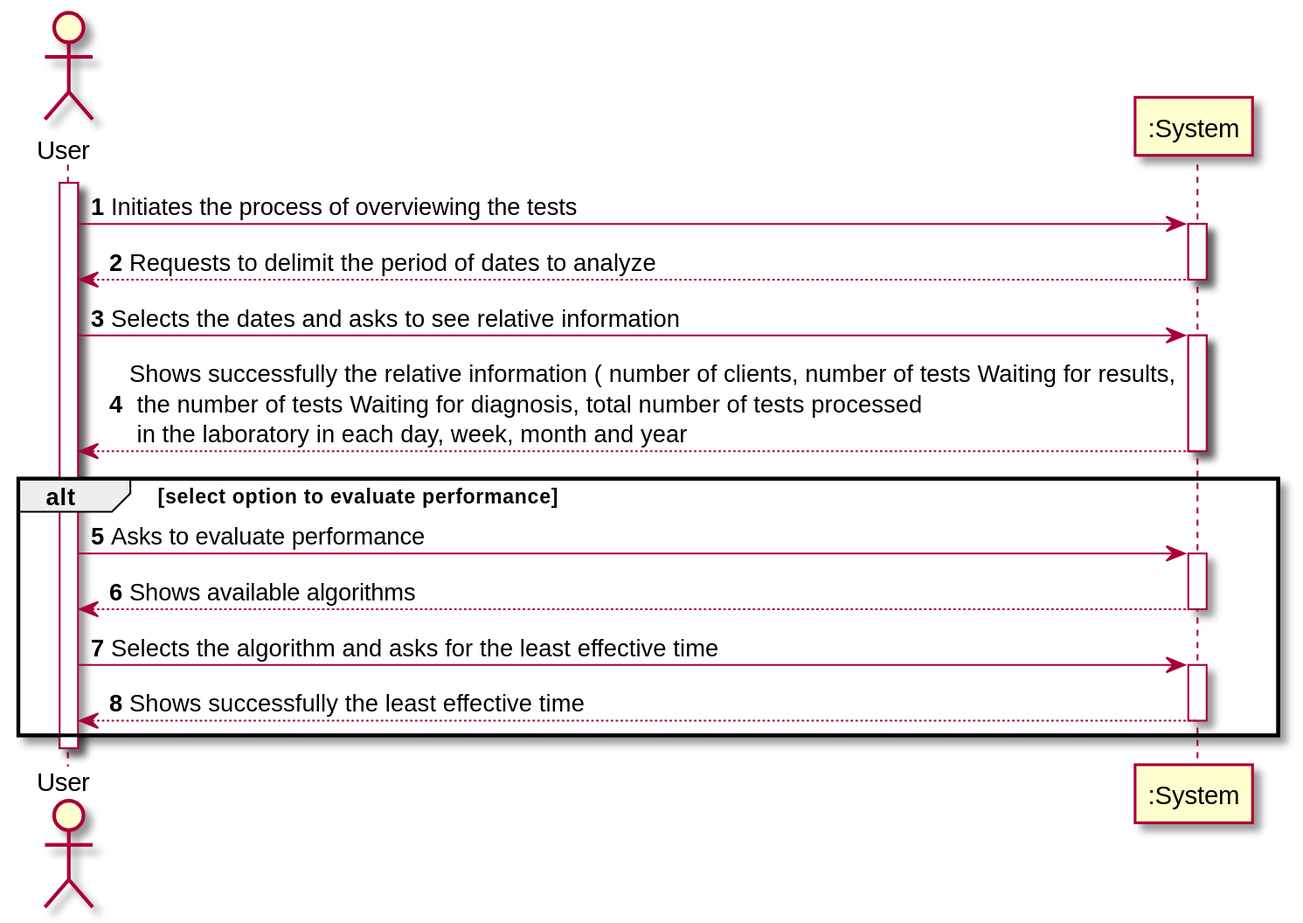
The PlantUML diagram docs/SprintD/US16/US16_SSD.svg in manu-07-ela/LAPR2_ISEP, before a commit.
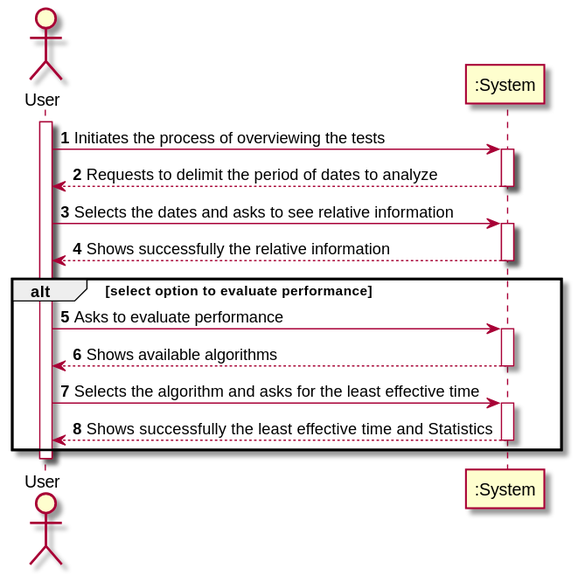
After the commit.

The edit, as a diff of the source:
```diff
@@ -12,7 +12,7 @@
 User -> ":System" : Selects the dates and asks to see relative information
 activate ":System"
 
-":System" --> User : Shows successfully the relative information ( number of clients, number of tests Waiting for results,\n the number of tests Waiting for diagnosis, total number of tests processed \n in the laboratory in each day, week, month and year
+":System" --> User : Shows successfully the relative information
 deactivate ":System"
 alt select option to evaluate performance
 User -> ":System" : Asks to evaluate performance
@@ -22,7 +22,7 @@
 
 User -> ":System" : Selects the algorithm and asks for the least effective time
 activate ":System"
-":System" --> User : Shows successfully the least effective time
+":System" --> User : Shows successfully the least effective time and Statistics
 deactivate ":System"
 end
 deactivate User
```
